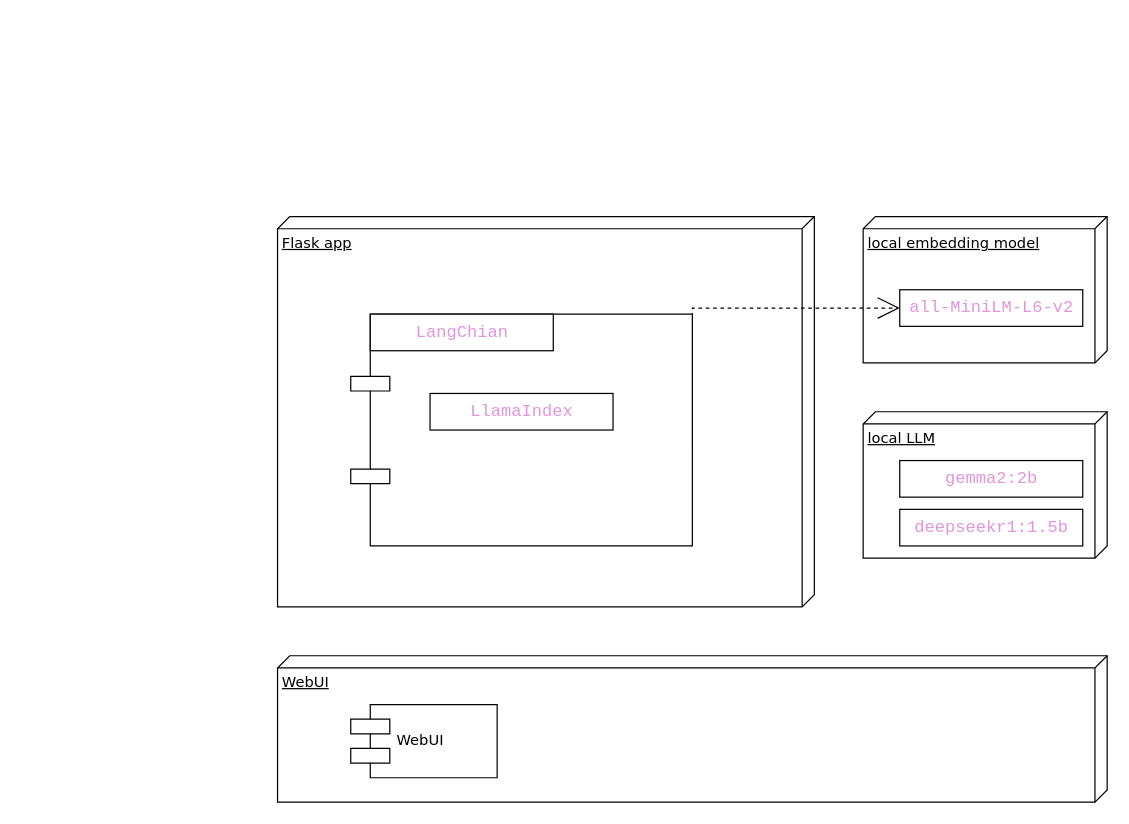
Before: 未命名绘图.drawio in TianZonglin/drawioo, a draw.io diagram. Source tidied: cells renumbered, new cells numbered last; positions are measured from the earlier drawing's top-left corner, leaving out a move shared by most shapes. Both pictures are drawn from the tidied source at 122%, with x=0, y=0 at pixel (277, 216).
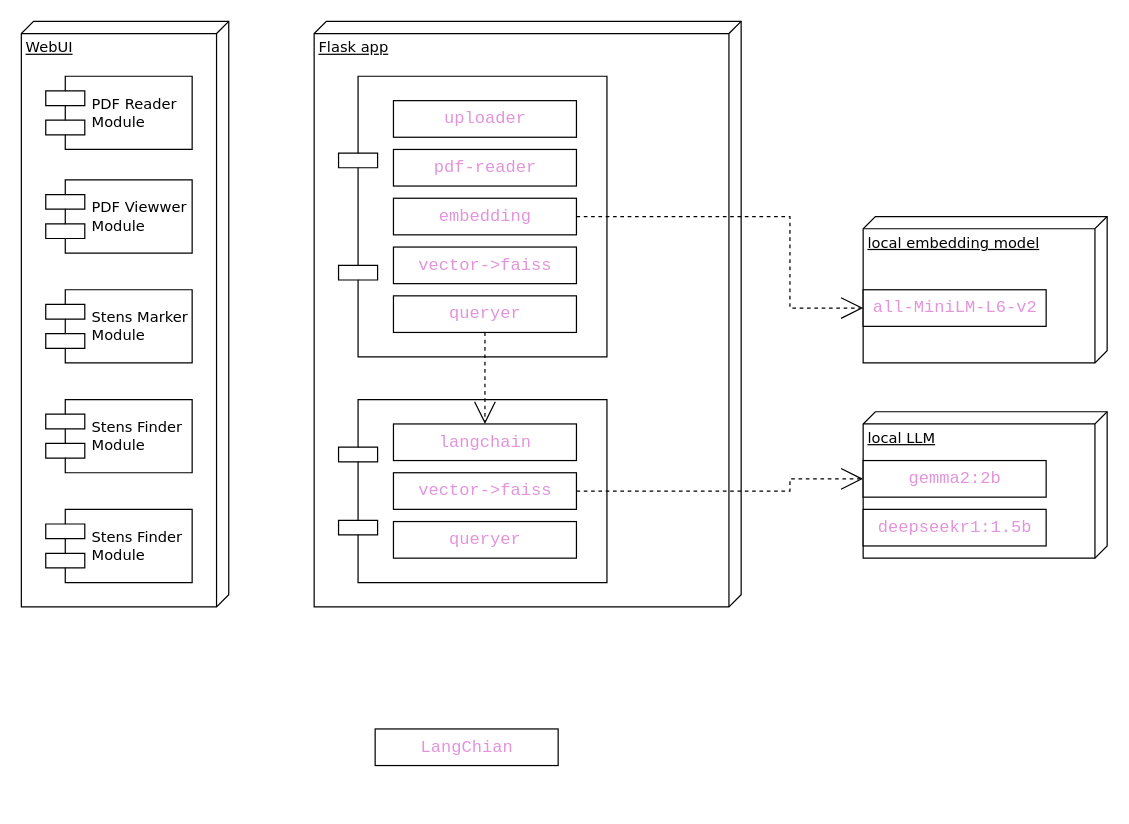
The same diagram, later.

Commit message (it also covers changes not shown here):
更新未命名绘图.drawio

The change refers to these unchanged cells:
```xml
<mxCell id="6" value="local embedding model" style="verticalAlign=top;align=left;spacingTop=8;spacingLeft=2;spacingRight=12;shape=cube;size=10;direction=south;fontStyle=4;html=1;rounded=0;shadow=0;comic=0;labelBackgroundColor=none;strokeWidth=1;fontFamily=Verdana;fontSize=12;" parent="1" vertex="1">
  <mxGeometry x="480" width="200" height="120" as="geometry" />
</mxCell>
```

Diff of the diagram source:
```diff
@@
     <mxCell id="2" value="WebUI" style="verticalAlign=top;align=left;spacingTop=8;spacingLeft=2;spacingRight=12;shape=cube;size=10;direction=south;fontStyle=4;html=1;rounded=0;shadow=0;comic=0;labelBackgroundColor=none;strokeWidth=1;fontFamily=Verdana;fontSize=12;" parent="1" vertex="1">
-      <mxGeometry y="360" width="680" height="120" as="geometry" />
+      <mxGeometry x="-210" y="-160" width="170" height="480" as="geometry" />
     </mxCell>
     <mxCell id="3" value="Flask app" style="verticalAlign=top;align=left;spacingTop=8;spacingLeft=2;spacingRight=12;shape=cube;size=10;direction=south;fontStyle=4;html=1;rounded=0;shadow=0;comic=0;labelBackgroundColor=none;strokeWidth=1;fontFamily=Verdana;fontSize=12;" parent="1" vertex="1">
-      <mxGeometry width="440" height="320" as="geometry" />
+      <mxGeometry x="30" y="-160" width="350" height="480" as="geometry" />
     </mxCell>
@@
-    <mxCell id="5" value="WebUI" style="shape=component;align=left;spacingLeft=36;rounded=0;shadow=0;comic=0;labelBackgroundColor=none;strokeWidth=1;fontFamily=Verdana;fontSize=12;html=1;" parent="1" vertex="1">
-      <mxGeometry x="60" y="400" width="120" height="60" as="geometry" />
+    <mxCell id="5" value="PDF Reader&lt;div&gt;Module&lt;/div&gt;" style="shape=component;align=left;spacingLeft=36;rounded=0;shadow=0;comic=0;labelBackgroundColor=none;strokeWidth=1;fontFamily=Verdana;fontSize=12;html=1;" parent="1" vertex="1">
+      <mxGeometry x="-190" y="-115" width="120" height="60" as="geometry" />
     </mxCell>
@@
     <mxCell id="7" value="&lt;div style=&quot;color: rgb(214, 214, 221); font-family: Consolas, &amp;quot;Courier New&amp;quot;, monospace; font-size: 14px; line-height: 19px; white-space-collapse: preserve;&quot;&gt;&lt;span style=&quot;color: rgb(227, 148, 220);&quot;&gt;all-MiniLM-L6-v2&lt;/span&gt;&lt;/div&gt;" style="html=1;rounded=0;shadow=0;comic=0;labelBackgroundColor=none;strokeWidth=1;fontFamily=Verdana;fontSize=12;align=center;" parent="1" vertex="1">
-      <mxGeometry x="510" y="60" width="150" height="30" as="geometry" />
+      <mxGeometry x="480" y="60" width="150" height="30" as="geometry" />
     </mxCell>
-    <mxCell id="8" style="edgeStyle=orthogonalEdgeStyle;rounded=0;html=1;labelBackgroundColor=none;startArrow=none;startFill=0;startSize=8;endArrow=open;endFill=0;endSize=16;fontFamily=Verdana;fontSize=12;dashed=1;exitX=1;exitY=0.5;exitDx=0;exitDy=0;" parent="1" edge="1" target="7">
-      <mxGeometry relative="1" as="geometry">
-        <mxPoint x="340" y="190" as="sourcePoint" />
-        <Array as="points">
-          <mxPoint x="340" y="75" />
-        </Array>
-      </mxGeometry>
-    </mxCell>
     <mxCell id="9" value="&lt;div style=&quot;color: rgb(214, 214, 221); font-family: Consolas, &amp;quot;Courier New&amp;quot;, monospace; font-size: 14px; line-height: 19px; white-space-collapse: preserve;&quot;&gt;&lt;span style=&quot;color: rgb(227, 148, 220);&quot;&gt;gemma2:2b&lt;/span&gt;&lt;/div&gt;" style="html=1;rounded=0;shadow=0;comic=0;labelBackgroundColor=none;strokeWidth=1;fontFamily=Verdana;fontSize=12;align=center;" parent="1" vertex="1">
-      <mxGeometry x="510" y="200" width="150" height="30" as="geometry" />
+      <mxGeometry x="480" y="200" width="150" height="30" as="geometry" />
     </mxCell>
     <mxCell id="10" value="&lt;div style=&quot;color: rgb(214, 214, 221); font-family: Consolas, &amp;quot;Courier New&amp;quot;, monospace; font-size: 14px; line-height: 19px; white-space-collapse: preserve;&quot;&gt;&lt;span style=&quot;color: rgb(227, 148, 220);&quot;&gt;deepseekr1:1.5b&lt;/span&gt;&lt;/div&gt;" style="html=1;rounded=0;shadow=0;comic=0;labelBackgroundColor=none;strokeWidth=1;fontFamily=Verdana;fontSize=12;align=center;" parent="1" vertex="1">
-      <mxGeometry x="510" y="240" width="150" height="30" as="geometry" />
+      <mxGeometry x="480" y="240" width="150" height="30" as="geometry" />
     </mxCell>
+    <mxCell id="14" value="&lt;div style=&quot;color: rgb(214, 214, 221); font-family: Consolas, &amp;quot;Courier New&amp;quot;, monospace; font-size: 14px; line-height: 19px; white-space-collapse: preserve;&quot;&gt;&lt;span style=&quot;color: rgb(227, 148, 220);&quot;&gt;LangChian&lt;/span&gt;&lt;/div&gt;" style="html=1;rounded=0;shadow=0;comic=0;labelBackgroundColor=none;strokeWidth=1;fontFamily=Verdana;fontSize=12;align=center;" parent="1" vertex="1">
+      <mxGeometry x="80" y="420" width="150" height="30" as="geometry" />
+    </mxCell>
+    <mxCell id="15" value="PDF Viewwer&lt;div&gt;Module&lt;/div&gt;" style="shape=component;align=left;spacingLeft=36;rounded=0;shadow=0;comic=0;labelBackgroundColor=none;strokeWidth=1;fontFamily=Verdana;fontSize=12;html=1;" parent="1" vertex="1">
+      <mxGeometry x="-190" y="-30" width="120" height="60" as="geometry" />
+    </mxCell>
+    <mxCell id="16" value="Stens Marker&lt;div&gt;Module&lt;/div&gt;" style="shape=component;align=left;spacingLeft=36;rounded=0;shadow=0;comic=0;labelBackgroundColor=none;strokeWidth=1;fontFamily=Verdana;fontSize=12;html=1;" parent="1" vertex="1">
+      <mxGeometry x="-190" y="60" width="120" height="60" as="geometry" />
+    </mxCell>
+    <mxCell id="17" value="Stens Finder&lt;div&gt;Module&lt;/div&gt;" style="shape=component;align=left;spacingLeft=36;rounded=0;shadow=0;comic=0;labelBackgroundColor=none;strokeWidth=1;fontFamily=Verdana;fontSize=12;html=1;" parent="1" vertex="1">
+      <mxGeometry x="-190" y="150" width="120" height="60" as="geometry" />
+    </mxCell>
+    <mxCell id="18" value="Stens Finder&lt;div&gt;Module&lt;/div&gt;" style="shape=component;align=left;spacingLeft=36;rounded=0;shadow=0;comic=0;labelBackgroundColor=none;strokeWidth=1;fontFamily=Verdana;fontSize=12;html=1;" parent="1" vertex="1">
+      <mxGeometry x="-190" y="240" width="120" height="60" as="geometry" />
+    </mxCell>
+    <mxCell id="19" style="group;" parent="1" vertex="1">
+      <mxGeometry x="50" y="-115" width="220" height="230" as="geometry" />
+    </mxCell>
-    <mxCell id="11" style="shape=component;align=left;spacingLeft=36;rounded=0;shadow=0;comic=0;labelBackgroundColor=none;strokeWidth=1;fontFamily=Verdana;fontSize=12;html=1;" parent="1" vertex="1">
-      <mxGeometry x="60" y="80" width="280" height="190" as="geometry" />
+    <mxCell id="11" style="shape=component;align=left;spacingLeft=36;rounded=0;shadow=0;comic=0;labelBackgroundColor=none;strokeWidth=1;fontFamily=Verdana;fontSize=12;html=1;" parent="19" vertex="1">
+      <mxGeometry width="220" height="230" as="geometry" />
     </mxCell>
-    <mxCell id="12" value="&lt;div style=&quot;color: rgb(214, 214, 221); font-family: Consolas, &amp;quot;Courier New&amp;quot;, monospace; font-size: 14px; line-height: 19px; white-space-collapse: preserve;&quot;&gt;&lt;span style=&quot;color: rgb(227, 148, 220);&quot;&gt;LangChian&lt;/span&gt;&lt;/div&gt;" style="html=1;rounded=0;shadow=0;comic=0;labelBackgroundColor=none;strokeWidth=1;fontFamily=Verdana;fontSize=12;align=center;" parent="1" vertex="1">
-      <mxGeometry x="76" y="80" width="150" height="30" as="geometry" />
+    <mxCell id="12" value="&lt;div style=&quot;color: rgb(214, 214, 221); font-family: Consolas, &amp;quot;Courier New&amp;quot;, monospace; font-size: 14px; line-height: 19px; white-space-collapse: preserve;&quot;&gt;&lt;span style=&quot;color: rgb(227, 148, 220);&quot;&gt;pdf-reader&lt;/span&gt;&lt;/div&gt;" style="html=1;rounded=0;shadow=0;comic=0;labelBackgroundColor=none;strokeWidth=1;fontFamily=Verdana;fontSize=12;align=center;" parent="19" vertex="1">
+      <mxGeometry x="45" y="60" width="150" height="30" as="geometry" />
     </mxCell>
-    <mxCell id="13" value="&lt;div style=&quot;color: rgb(214, 214, 221); font-family: Consolas, &amp;quot;Courier New&amp;quot;, monospace; font-size: 14px; line-height: 19px; white-space-collapse: preserve;&quot;&gt;&lt;span style=&quot;color: rgb(227, 148, 220);&quot;&gt;LlamaIndex&lt;/span&gt;&lt;/div&gt;" style="html=1;rounded=0;shadow=0;comic=0;labelBackgroundColor=none;strokeWidth=1;fontFamily=Verdana;fontSize=12;align=center;" parent="1" vertex="1">
-      <mxGeometry x="125" y="145" width="150" height="30" as="geometry" />
+    <mxCell id="13" value="&lt;div style=&quot;color: rgb(214, 214, 221); font-family: Consolas, &amp;quot;Courier New&amp;quot;, monospace; font-size: 14px; line-height: 19px; white-space-collapse: preserve;&quot;&gt;&lt;span style=&quot;color: rgb(227, 148, 220);&quot;&gt;uploader&lt;/span&gt;&lt;/div&gt;" style="html=1;rounded=0;shadow=0;comic=0;labelBackgroundColor=none;strokeWidth=1;fontFamily=Verdana;fontSize=12;align=center;" parent="19" vertex="1">
+      <mxGeometry x="45" y="20" width="150" height="30" as="geometry" />
     </mxCell>
+    <mxCell id="20" value="&lt;div style=&quot;color: rgb(214, 214, 221); font-family: Consolas, &amp;quot;Courier New&amp;quot;, monospace; font-size: 14px; line-height: 19px; white-space-collapse: preserve;&quot;&gt;&lt;span style=&quot;color: rgb(227, 148, 220);&quot;&gt;embedding&lt;/span&gt;&lt;/div&gt;" style="html=1;rounded=0;shadow=0;comic=0;labelBackgroundColor=none;strokeWidth=1;fontFamily=Verdana;fontSize=12;align=center;" parent="19" vertex="1">
+      <mxGeometry x="45" y="100" width="150" height="30" as="geometry" />
+    </mxCell>
+    <mxCell id="21" value="&lt;div style=&quot;color: rgb(214, 214, 221); font-family: Consolas, &amp;quot;Courier New&amp;quot;, monospace; font-size: 14px; line-height: 19px; white-space-collapse: preserve;&quot;&gt;&lt;span style=&quot;color: rgb(227, 148, 220);&quot;&gt;vector-&amp;gt;faiss&lt;/span&gt;&lt;/div&gt;" style="html=1;rounded=0;shadow=0;comic=0;labelBackgroundColor=none;strokeWidth=1;fontFamily=Verdana;fontSize=12;align=center;" parent="19" vertex="1">
+      <mxGeometry x="45" y="140" width="150" height="30" as="geometry" />
+    </mxCell>
+    <mxCell id="22" value="&lt;div style=&quot;color: rgb(214, 214, 221); font-family: Consolas, &amp;quot;Courier New&amp;quot;, monospace; font-size: 14px; line-height: 19px; white-space-collapse: preserve;&quot;&gt;&lt;span style=&quot;color: rgb(227, 148, 220);&quot;&gt;queryer&lt;/span&gt;&lt;/div&gt;" style="html=1;rounded=0;shadow=0;comic=0;labelBackgroundColor=none;strokeWidth=1;fontFamily=Verdana;fontSize=12;align=center;" parent="19" vertex="1">
+      <mxGeometry x="45" y="180" width="150" height="30" as="geometry" />
+    </mxCell>
+    <mxCell id="23" style="shape=component;align=left;spacingLeft=36;rounded=0;shadow=0;comic=0;labelBackgroundColor=none;strokeWidth=1;fontFamily=Verdana;fontSize=12;html=1;" parent="1" vertex="1">
+      <mxGeometry x="50" y="150" width="220" height="150" as="geometry" />
+    </mxCell>
+    <mxCell id="24" value="&lt;div style=&quot;color: rgb(214, 214, 221); font-family: Consolas, &amp;quot;Courier New&amp;quot;, monospace; font-size: 14px; line-height: 19px; white-space-collapse: preserve;&quot;&gt;&lt;span style=&quot;color: rgb(227, 148, 220);&quot;&gt;langchain&lt;/span&gt;&lt;/div&gt;" style="html=1;rounded=0;shadow=0;comic=0;labelBackgroundColor=none;strokeWidth=1;fontFamily=Verdana;fontSize=12;align=center;" parent="1" vertex="1">
+      <mxGeometry x="95" y="170" width="150" height="30" as="geometry" />
+    </mxCell>
+    <mxCell id="25" value="&lt;div style=&quot;color: rgb(214, 214, 221); font-family: Consolas, &amp;quot;Courier New&amp;quot;, monospace; font-size: 14px; line-height: 19px; white-space-collapse: preserve;&quot;&gt;&lt;span style=&quot;color: rgb(227, 148, 220);&quot;&gt;vector-&amp;gt;faiss&lt;/span&gt;&lt;/div&gt;" style="html=1;rounded=0;shadow=0;comic=0;labelBackgroundColor=none;strokeWidth=1;fontFamily=Verdana;fontSize=12;align=center;" parent="1" vertex="1">
+      <mxGeometry x="95" y="210" width="150" height="30" as="geometry" />
+    </mxCell>
+    <mxCell id="26" value="&lt;div style=&quot;color: rgb(214, 214, 221); font-family: Consolas, &amp;quot;Courier New&amp;quot;, monospace; font-size: 14px; line-height: 19px; white-space-collapse: preserve;&quot;&gt;&lt;span style=&quot;color: rgb(227, 148, 220);&quot;&gt;queryer&lt;/span&gt;&lt;/div&gt;" style="html=1;rounded=0;shadow=0;comic=0;labelBackgroundColor=none;strokeWidth=1;fontFamily=Verdana;fontSize=12;align=center;" parent="1" vertex="1">
+      <mxGeometry x="95" y="250" width="150" height="30" as="geometry" />
+    </mxCell>
+    <mxCell id="8" style="edgeStyle=orthogonalEdgeStyle;rounded=0;html=1;labelBackgroundColor=none;startArrow=none;startFill=0;startSize=8;endArrow=open;endFill=0;endSize=16;fontFamily=Verdana;fontSize=12;dashed=1;" parent="1" edge="1" source="20" target="6">
+      <mxGeometry relative="1" as="geometry">
+        <Array as="points">
+          <mxPoint x="420" />
+          <mxPoint x="420" y="75" />
+        </Array>
+      </mxGeometry>
+    </mxCell>
+    <mxCell id="27" style="edgeStyle=orthogonalEdgeStyle;rounded=0;html=1;labelBackgroundColor=none;startArrow=none;startFill=0;startSize=8;endArrow=open;endFill=0;endSize=16;fontFamily=Verdana;fontSize=12;dashed=1;exitX=0.5;exitY=1;exitDx=0;exitDy=0;entryX=0.5;entryY=0;entryDx=0;entryDy=0;" parent="1" edge="1" source="22" target="24">
+      <mxGeometry relative="1" as="geometry" />
+    </mxCell>
+    <mxCell id="28" style="edgeStyle=orthogonalEdgeStyle;rounded=0;html=1;labelBackgroundColor=none;startArrow=none;startFill=0;startSize=8;endArrow=open;endFill=0;endSize=16;fontFamily=Verdana;fontSize=12;dashed=1;entryX=0;entryY=0.5;entryDx=0;entryDy=0;" parent="1" edge="1" target="9">
+      <mxGeometry relative="1" as="geometry">
+        <mxPoint x="245" y="225" as="sourcePoint" />
+        <Array as="points">
+          <mxPoint x="420" y="225" />
+          <mxPoint x="420" y="215" />
+        </Array>
+      </mxGeometry>
+    </mxCell>
```
